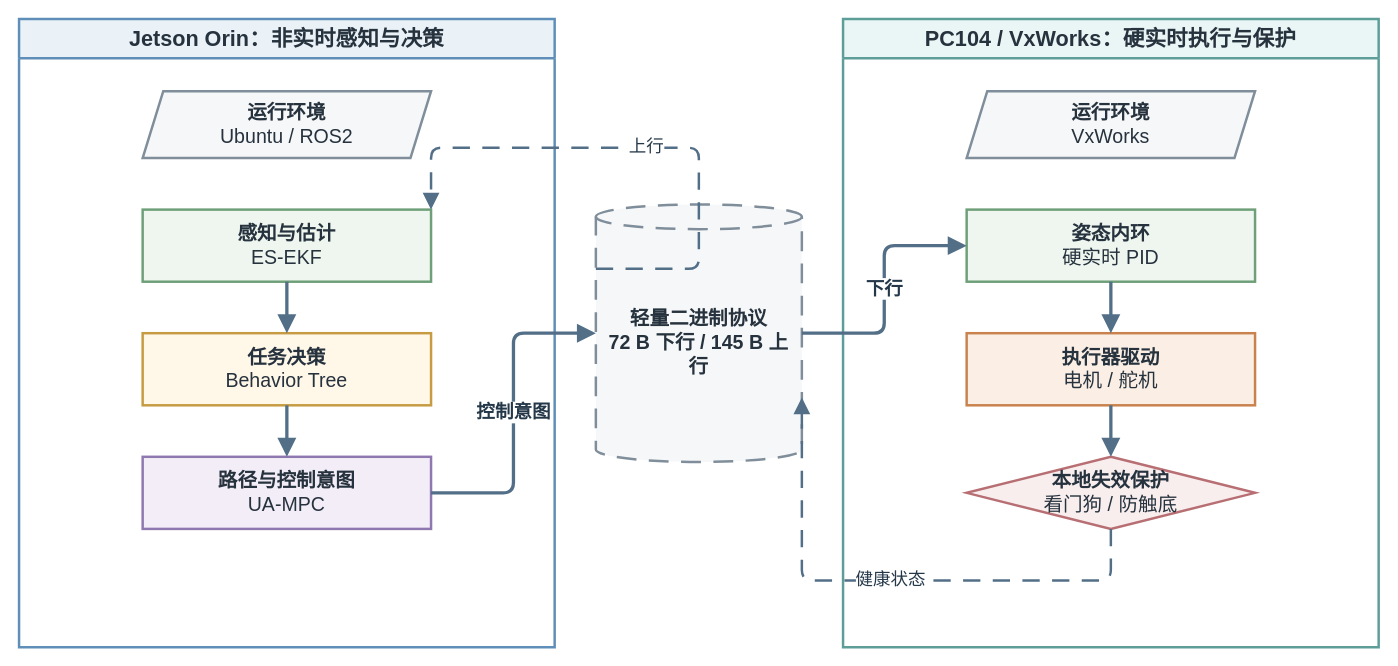
The draw.io diagram thesis/figures/architecture/auv_v2_dual_brain_async_hardware.drawio in 360ZMEM/AUV-Master-Mag, before the edit. Source tidied: cells renumbered, new cells numbered last; positions are measured from the earlier drawing's top-left corner, leaving out a move shared by most shapes. Both pictures are drawn from the tidied source at 103%, with x=0, y=0 at pixel (19, 19).
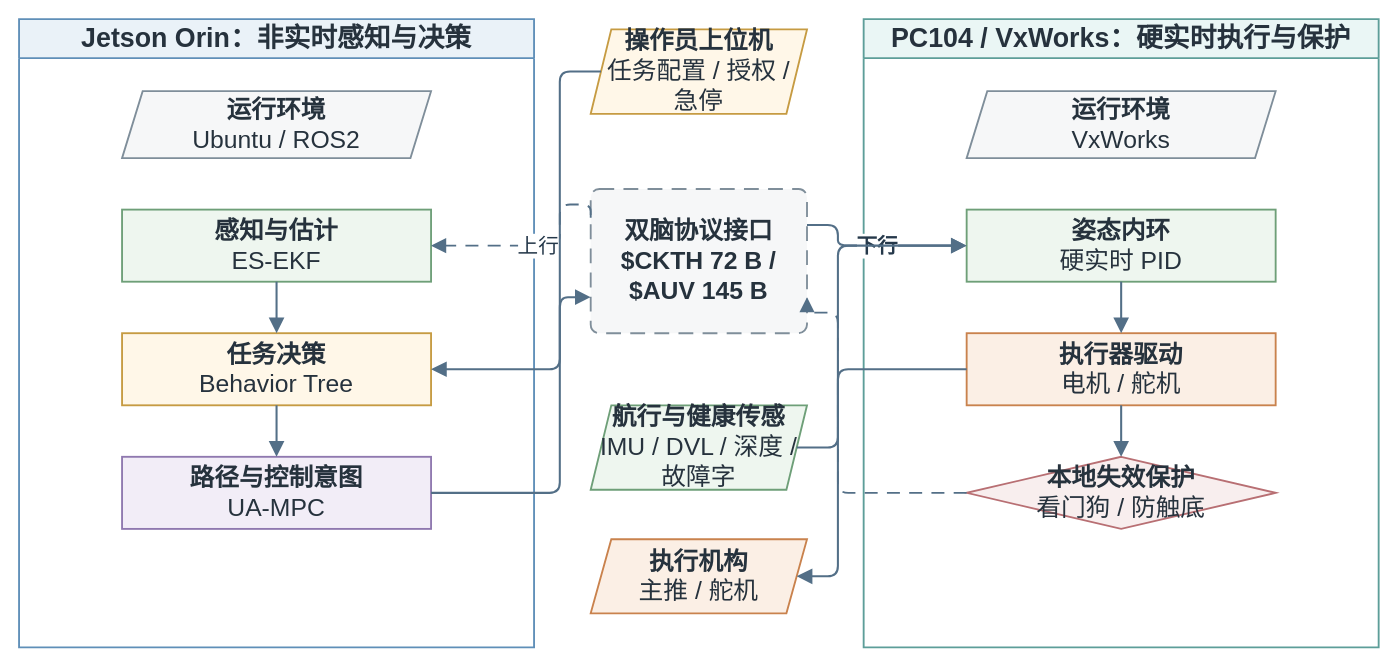
The same page after the edit.

Diff of the diagram source:
```diff
@@
-    <mxCell id="2" value="Jetson Orin：非实时感知与决策" style="swimlane;whiteSpace=wrap;html=1;startSize=38;rounded=0;fillColor=#EAF2F8;strokeColor=#5F8FB8;strokeWidth=2.4;fontFamily=Songti SC;fontSize=21;fontStyle=1;fontColor=#26323D;" parent="1" vertex="1">
-      <mxGeometry width="520" height="610" as="geometry" />
+    <mxCell id="2" value="Jetson Orin：非实时感知与决策" style="swimlane;whiteSpace=wrap;html=1;startSize=38;rounded=0;fillColor=#EAF2F8;strokeColor=#5F8FB8;strokeWidth=1.8;fontFamily=Songti SC;fontSize=26;fontStyle=1;fontColor=#26323D;" parent="1" vertex="1">
+      <mxGeometry width="500" height="610" as="geometry" />
     </mxCell>
-    <mxCell id="3" value="PC104 / VxWorks：硬实时执行与保护" style="swimlane;whiteSpace=wrap;html=1;startSize=38;rounded=0;fillColor=#EAF6F5;strokeColor=#5D9E99;strokeWidth=2.4;fontFamily=Songti SC;fontSize=21;fontStyle=1;fontColor=#26323D;" parent="1" vertex="1">
-      <mxGeometry x="800" width="520" height="610" as="geometry" />
+    <mxCell id="3" value="PC104 / VxWorks：硬实时执行与保护" style="swimlane;whiteSpace=wrap;html=1;startSize=38;rounded=0;fillColor=#EAF6F5;strokeColor=#5D9E99;strokeWidth=1.8;fontFamily=Songti SC;fontSize=26;fontStyle=1;fontColor=#26323D;" parent="1" vertex="1">
+      <mxGeometry x="820" width="500" height="610" as="geometry" />
     </mxCell>
+    <mxCell id="21" value="&lt;b&gt;操作员上位机&lt;/b&gt;&lt;br&gt;任务配置 / 授权 / 急停" style="shape=parallelogram;perimeter=parallelogramPerimeter;fixedSize=1;whiteSpace=wrap;html=1;align=center;verticalAlign=middle;fillColor=#FFF7E8;strokeColor=#C69B42;strokeWidth=1.8;spacing=8;fontFamily=Songti SC;fontSize=24;fontColor=#26323D;" parent="1" vertex="1">
+      <mxGeometry x="555" y="10" width="210" height="82" as="geometry" />
+    </mxCell>
-    <mxCell id="4" value="&lt;b&gt;轻量二进制协议&lt;/b&gt;&lt;br&gt;72 B 下行 / 145 B 上行" style="shape=cylinder3;boundedLbl=1;backgroundOutline=1;size=12;whiteSpace=wrap;html=1;align=center;verticalAlign=middle;fillColor=#F6F7F8;strokeColor=#7F8E9A;strokeWidth=2.4;spacing=8;fontFamily=Songti SC;fontSize=19;fontColor=#26323D;dashed=1;dashPattern=8 5;fontStyle=1;" parent="1" vertex="1">
-      <mxGeometry x="560" y="180" width="200" height="250" as="geometry" />
+    <mxCell id="4" value="&lt;b&gt;双脑协议接口&lt;/b&gt;&lt;br&gt;$CKTH 72 B / $AUV 145 B" style="rounded=1;arcSize=6;whiteSpace=wrap;html=1;align=center;verticalAlign=middle;fillColor=#F6F7F8;strokeColor=#7F8E9A;strokeWidth=1.8;spacing=8;fontFamily=Songti SC;fontSize=24;fontColor=#26323D;dashed=1;dashPattern=8 5;fontStyle=1;" parent="1" vertex="1">
+      <mxGeometry x="555" y="165" width="210" height="140" as="geometry" />
     </mxCell>
+    <mxCell id="22" value="&lt;b&gt;航行与健康传感&lt;/b&gt;&lt;br&gt;IMU / DVL / 深度 / 故障字" style="shape=parallelogram;perimeter=parallelogramPerimeter;fixedSize=1;whiteSpace=wrap;html=1;align=center;verticalAlign=middle;fillColor=#EEF6EF;strokeColor=#6E9F78;strokeWidth=1.8;spacing=8;fontFamily=Songti SC;fontSize=24;fontColor=#26323D;" parent="1" vertex="1">
+      <mxGeometry x="555" y="375" width="210" height="82" as="geometry" />
+    </mxCell>
+    <mxCell id="23" value="&lt;b&gt;执行机构&lt;/b&gt;&lt;br&gt;主推 / 舵机" style="shape=parallelogram;perimeter=parallelogramPerimeter;fixedSize=1;whiteSpace=wrap;html=1;align=center;verticalAlign=middle;fillColor=#FBEFE5;strokeColor=#C9824D;strokeWidth=1.8;spacing=8;fontFamily=Songti SC;fontSize=24;fontColor=#26323D;" parent="1" vertex="1">
+      <mxGeometry x="555" y="505" width="210" height="72" as="geometry" />
+    </mxCell>
-    <mxCell id="5" value="&lt;b&gt;运行环境&lt;/b&gt;&lt;br&gt;Ubuntu / ROS2" style="shape=parallelogram;perimeter=parallelogramPerimeter;fixedSize=1;whiteSpace=wrap;html=1;align=center;verticalAlign=middle;fillColor=#F6F7F8;strokeColor=#7F8E9A;strokeWidth=2.4;spacing=8;fontFamily=Songti SC;fontSize=19;fontColor=#26323D;" parent="2" vertex="1">
-      <mxGeometry x="120" y="70" width="280" height="65" as="geometry" />
+    <mxCell id="5" value="&lt;b&gt;运行环境&lt;/b&gt;&lt;br&gt;Ubuntu / ROS2" style="shape=parallelogram;perimeter=parallelogramPerimeter;fixedSize=1;whiteSpace=wrap;html=1;align=center;verticalAlign=middle;fillColor=#F6F7F8;strokeColor=#7F8E9A;strokeWidth=1.8;spacing=8;fontFamily=Songti SC;fontSize=24;fontColor=#26323D;" parent="2" vertex="1">
+      <mxGeometry x="100" y="70" width="300" height="65" as="geometry" />
     </mxCell>
-    <mxCell id="6" value="&lt;b&gt;感知与估计&lt;/b&gt;&lt;br&gt;ES-EKF" style="rounded=0;whiteSpace=wrap;html=1;align=center;verticalAlign=middle;fillColor=#EEF6EF;strokeColor=#6E9F78;strokeWidth=2.4;spacing=8;fontFamily=Songti SC;fontSize=19;fontColor=#26323D;" parent="2" vertex="1">
-      <mxGeometry x="120" y="185" width="280" height="70" as="geometry" />
+    <mxCell id="6" value="&lt;b&gt;感知与估计&lt;/b&gt;&lt;br&gt;ES-EKF" style="rounded=0;whiteSpace=wrap;html=1;align=center;verticalAlign=middle;fillColor=#EEF6EF;strokeColor=#6E9F78;strokeWidth=1.8;spacing=8;fontFamily=Songti SC;fontSize=24;fontColor=#26323D;" parent="2" vertex="1">
+      <mxGeometry x="100" y="185" width="300" height="70" as="geometry" />
     </mxCell>
-    <mxCell id="7" value="&lt;b&gt;任务决策&lt;/b&gt;&lt;br&gt;Behavior Tree" style="rounded=0;whiteSpace=wrap;html=1;align=center;verticalAlign=middle;fillColor=#FFF7E8;strokeColor=#C69B42;strokeWidth=2.4;spacing=8;fontFamily=Songti SC;fontSize=19;fontColor=#26323D;" parent="2" vertex="1">
-      <mxGeometry x="120" y="305" width="280" height="70" as="geometry" />
+    <mxCell id="7" value="&lt;b&gt;任务决策&lt;/b&gt;&lt;br&gt;Behavior Tree" style="rounded=0;whiteSpace=wrap;html=1;align=center;verticalAlign=middle;fillColor=#FFF7E8;strokeColor=#C69B42;strokeWidth=1.8;spacing=8;fontFamily=Songti SC;fontSize=24;fontColor=#26323D;" parent="2" vertex="1">
+      <mxGeometry x="100" y="305" width="300" height="70" as="geometry" />
     </mxCell>
-    <mxCell id="8" value="&lt;b&gt;路径与控制意图&lt;/b&gt;&lt;br&gt;UA-MPC" style="rounded=0;whiteSpace=wrap;html=1;align=center;verticalAlign=middle;fillColor=#F2EDF7;strokeColor=#8F78AF;strokeWidth=2.4;spacing=8;fontFamily=Songti SC;fontSize=19;fontColor=#26323D;" parent="2" vertex="1">
-      <mxGeometry x="120" y="425" width="280" height="70" as="geometry" />
+    <mxCell id="8" value="&lt;b&gt;路径与控制意图&lt;/b&gt;&lt;br&gt;UA-MPC" style="rounded=0;whiteSpace=wrap;html=1;align=center;verticalAlign=middle;fillColor=#F2EDF7;strokeColor=#8F78AF;strokeWidth=1.8;spacing=8;fontFamily=Songti SC;fontSize=24;fontColor=#26323D;" parent="2" vertex="1">
+      <mxGeometry x="100" y="425" width="300" height="70" as="geometry" />
     </mxCell>
-    <mxCell id="9" value="&lt;b&gt;运行环境&lt;/b&gt;&lt;br&gt;VxWorks" style="shape=parallelogram;perimeter=parallelogramPerimeter;fixedSize=1;whiteSpace=wrap;html=1;align=center;verticalAlign=middle;fillColor=#F6F7F8;strokeColor=#7F8E9A;strokeWidth=2.4;spacing=8;fontFamily=Songti SC;fontSize=19;fontColor=#26323D;" parent="3" vertex="1">
-      <mxGeometry x="120" y="70" width="280" height="65" as="geometry" />
+    <mxCell id="9" value="&lt;b&gt;运行环境&lt;/b&gt;&lt;br&gt;VxWorks" style="shape=parallelogram;perimeter=parallelogramPerimeter;fixedSize=1;whiteSpace=wrap;html=1;align=center;verticalAlign=middle;fillColor=#F6F7F8;strokeColor=#7F8E9A;strokeWidth=1.8;spacing=8;fontFamily=Songti SC;fontSize=24;fontColor=#26323D;" parent="3" vertex="1">
+      <mxGeometry x="100" y="70" width="300" height="65" as="geometry" />
     </mxCell>
-    <mxCell id="10" value="&lt;b&gt;姿态内环&lt;/b&gt;&lt;br&gt;硬实时 PID" style="rounded=0;whiteSpace=wrap;html=1;align=center;verticalAlign=middle;fillColor=#EEF6EF;strokeColor=#6E9F78;strokeWidth=2.4;spacing=8;fontFamily=Songti SC;fontSize=19;fontColor=#26323D;" parent="3" vertex="1">
-      <mxGeometry x="120" y="185" width="280" height="70" as="geometry" />
+    <mxCell id="10" value="&lt;b&gt;姿态内环&lt;/b&gt;&lt;br&gt;硬实时 PID" style="rounded=0;whiteSpace=wrap;html=1;align=center;verticalAlign=middle;fillColor=#EEF6EF;strokeColor=#6E9F78;strokeWidth=1.8;spacing=8;fontFamily=Songti SC;fontSize=24;fontColor=#26323D;" parent="3" vertex="1">
+      <mxGeometry x="100" y="185" width="300" height="70" as="geometry" />
     </mxCell>
-    <mxCell id="11" value="&lt;b&gt;执行器驱动&lt;/b&gt;&lt;br&gt;电机 / 舵机" style="rounded=0;whiteSpace=wrap;html=1;align=center;verticalAlign=middle;fillColor=#FBEFE5;strokeColor=#C9824D;strokeWidth=2.4;spacing=8;fontFamily=Songti SC;fontSize=19;fontColor=#26323D;" parent="3" vertex="1">
-      <mxGeometry x="120" y="305" width="280" height="70" as="geometry" />
+    <mxCell id="11" value="&lt;b&gt;执行器驱动&lt;/b&gt;&lt;br&gt;电机 / 舵机" style="rounded=0;whiteSpace=wrap;html=1;align=center;verticalAlign=middle;fillColor=#FBEFE5;strokeColor=#C9824D;strokeWidth=1.8;spacing=8;fontFamily=Songti SC;fontSize=24;fontColor=#26323D;" parent="3" vertex="1">
+      <mxGeometry x="100" y="305" width="300" height="70" as="geometry" />
     </mxCell>
-    <mxCell id="12" value="&lt;b&gt;本地失效保护&lt;/b&gt;&lt;br&gt;看门狗 / 防触底" style="rhombus;whiteSpace=wrap;html=1;align=center;verticalAlign=middle;fillColor=#F8EEEE;strokeColor=#B86F73;strokeWidth=2.4;spacing=8;fontFamily=Songti SC;fontSize=19;fontColor=#26323D;" parent="3" vertex="1">
-      <mxGeometry x="120" y="425" width="280" height="70" as="geometry" />
+    <mxCell id="12" value="&lt;b&gt;本地失效保护&lt;/b&gt;&lt;br&gt;看门狗 / 防触底" style="rhombus;whiteSpace=wrap;html=1;align=center;verticalAlign=middle;fillColor=#F8EEEE;strokeColor=#B86F73;strokeWidth=1.8;spacing=8;fontFamily=Songti SC;fontSize=24;fontColor=#26323D;" parent="3" vertex="1">
+      <mxGeometry x="100" y="425" width="300" height="70" as="geometry" />
     </mxCell>
-    <mxCell id="13" style="edgeStyle=orthogonalEdgeStyle;rounded=1;jettySize=auto;html=1;strokeColor=#536F87;strokeWidth=3.2;fontFamily=Songti SC;fontSize=18;fontStyle=1;fontColor=#25384A;labelBackgroundColor=#FFFFFF;labelBorderColor=none;endArrow=block;endFill=1;endSize=10;exitX=0.5;exitY=1;entryX=0.5;entryY=0;" parent="1" edge="1" source="6" target="7">
+    <mxCell id="13" style="edgeStyle=orthogonalEdgeStyle;rounded=1;jettySize=auto;html=1;strokeColor=#536F87;strokeWidth=2.0;fontFamily=Songti SC;fontSize=20;fontStyle=1;fontColor=#25384A;labelBackgroundColor=#FFFFFF;labelBorderColor=none;endArrow=block;endFill=1;endSize=10;exitX=0.5;exitY=1;entryX=0.5;entryY=0;" parent="1" edge="1" source="6" target="7">
       <mxGeometry relative="1" as="geometry" />
     </mxCell>
-    <mxCell id="14" style="edgeStyle=orthogonalEdgeStyle;rounded=1;jettySize=auto;html=1;strokeColor=#536F87;strokeWidth=3.2;fontFamily=Songti SC;fontSize=18;fontStyle=1;fontColor=#25384A;labelBackgroundColor=#FFFFFF;labelBorderColor=none;endArrow=block;endFill=1;endSize=10;exitX=0.5;exitY=1;entryX=0.5;entryY=0;" parent="1" edge="1" source="7" target="8">
+    <mxCell id="14" style="edgeStyle=orthogonalEdgeStyle;rounded=1;jettySize=auto;html=1;strokeColor=#536F87;strokeWidth=2.0;fontFamily=Songti SC;fontSize=20;fontStyle=1;fontColor=#25384A;labelBackgroundColor=#FFFFFF;labelBorderColor=none;endArrow=block;endFill=1;endSize=10;exitX=0.5;exitY=1;entryX=0.5;entryY=0;" parent="1" edge="1" source="7" target="8">
       <mxGeometry relative="1" as="geometry" />
     </mxCell>
-    <mxCell id="15" style="edgeStyle=orthogonalEdgeStyle;rounded=1;jettySize=auto;html=1;strokeColor=#536F87;strokeWidth=3.2;fontFamily=Songti SC;fontSize=18;fontStyle=1;fontColor=#25384A;labelBackgroundColor=#FFFFFF;labelBorderColor=none;endArrow=block;endFill=1;endSize=10;exitX=0.5;exitY=1;entryX=0.5;entryY=0;" parent="1" edge="1" source="10" target="11">
+    <mxCell id="15" style="edgeStyle=orthogonalEdgeStyle;rounded=1;jettySize=auto;html=1;strokeColor=#536F87;strokeWidth=2.0;fontFamily=Songti SC;fontSize=20;fontStyle=1;fontColor=#25384A;labelBackgroundColor=#FFFFFF;labelBorderColor=none;endArrow=block;endFill=1;endSize=10;exitX=0.5;exitY=1;entryX=0.5;entryY=0;" parent="1" edge="1" source="10" target="11">
       <mxGeometry relative="1" as="geometry" />
     </mxCell>
-    <mxCell id="16" style="edgeStyle=orthogonalEdgeStyle;rounded=1;jettySize=auto;html=1;strokeColor=#536F87;strokeWidth=3.2;fontFamily=Songti SC;fontSize=18;fontStyle=1;fontColor=#25384A;labelBackgroundColor=#FFFFFF;labelBorderColor=none;endArrow=block;endFill=1;endSize=10;exitX=0.5;exitY=1;entryX=0.5;entryY=0;" parent="1" edge="1" source="11" target="12">
+    <mxCell id="16" style="edgeStyle=orthogonalEdgeStyle;rounded=1;jettySize=auto;html=1;strokeColor=#536F87;strokeWidth=2.0;fontFamily=Songti SC;fontSize=20;fontStyle=1;fontColor=#25384A;labelBackgroundColor=#FFFFFF;labelBorderColor=none;endArrow=block;endFill=1;endSize=10;exitX=0.5;exitY=1;entryX=0.5;entryY=0;" parent="1" edge="1" source="11" target="12">
       <mxGeometry relative="1" as="geometry" />
     </mxCell>
-    <mxCell id="17" value="控制意图" style="edgeStyle=orthogonalEdgeStyle;rounded=1;jettySize=auto;html=1;strokeColor=#536F87;strokeWidth=3.2;fontFamily=Songti SC;fontSize=18;fontStyle=1;fontColor=#25384A;labelBackgroundColor=#FFFFFF;labelBorderColor=none;endArrow=block;endFill=1;endSize=10;exitX=1;entryX=0;" parent="1" edge="1" source="8" target="4">
-      <mxGeometry relative="1" as="geometry" />
+    <mxCell id="17" style="edgeStyle=orthogonalEdgeStyle;rounded=1;jettySize=auto;html=1;strokeColor=#536F87;strokeWidth=2.0;fontFamily=Songti SC;fontSize=20;fontStyle=1;fontColor=#25384A;labelBackgroundColor=#FFFFFF;labelBorderColor=none;endArrow=block;endFill=1;endSize=10;exitX=1;entryX=0;entryY=0.75;" parent="1" edge="1" source="8" target="4">
+      <mxGeometry relative="1" as="geometry">
+        <Array as="points">
+          <mxPoint x="525" y="460" />
+          <mxPoint x="525" y="270" />
+        </Array>
+      </mxGeometry>
     </mxCell>
-    <mxCell id="18" value="下行" style="edgeStyle=orthogonalEdgeStyle;rounded=1;jettySize=auto;html=1;strokeColor=#536F87;strokeWidth=3.2;fontFamily=Songti SC;fontSize=18;fontStyle=1;fontColor=#25384A;labelBackgroundColor=#FFFFFF;labelBorderColor=none;endArrow=block;endFill=1;endSize=10;exitX=1;entryX=0;" parent="1" edge="1" source="4" target="10">
-      <mxGeometry relative="1" as="geometry" />
+    <mxCell id="18" value="下行" style="edgeStyle=orthogonalEdgeStyle;rounded=1;jettySize=auto;html=1;strokeColor=#536F87;strokeWidth=2.0;fontFamily=Songti SC;fontSize=20;fontStyle=1;fontColor=#25384A;labelBackgroundColor=#FFFFFF;labelBorderColor=none;endArrow=block;endFill=1;endSize=10;exitX=1;exitY=0.25;entryX=0;" parent="1" edge="1" source="4" target="10">
+      <mxGeometry relative="1" as="geometry">
+        <Array as="points">
+          <mxPoint x="795" y="200" />
+        </Array>
+      </mxGeometry>
     </mxCell>
-    <mxCell id="19" value="健康状态" style="edgeStyle=orthogonalEdgeStyle;rounded=1;jettySize=auto;html=1;strokeColor=#536F87;strokeWidth=2.4;fontFamily=Songti SC;fontSize=17;fontColor=#25384A;labelBackgroundColor=#FFFFFF;labelBorderColor=none;endArrow=block;endFill=1;endSize=10;dashed=1;dashPattern=7 5;exitX=0;entryX=1;entryY=0.75;" parent="1" edge="1" source="12" target="4">
+    <mxCell id="19" style="edgeStyle=orthogonalEdgeStyle;rounded=1;jettySize=auto;html=1;strokeColor=#536F87;strokeWidth=1.8;fontFamily=Songti SC;fontSize=20;fontColor=#25384A;labelBackgroundColor=#FFFFFF;labelBorderColor=none;endArrow=block;endFill=1;endSize=10;dashed=1;dashPattern=7 5;exitX=0;entryX=1;entryY=0.75;" parent="1" edge="1" source="12" target="4">
       <mxGeometry relative="1" as="geometry">
         <Array as="points">
-          <mxPoint x="900" y="545" />
-          <mxPoint x="660" y="545" />
+          <mxPoint x="795" y="460" />
+          <mxPoint x="795" y="285" />
         </Array>
       </mxGeometry>
     </mxCell>
-    <mxCell id="20" value="上行" style="edgeStyle=orthogonalEdgeStyle;rounded=1;jettySize=auto;html=1;strokeColor=#536F87;strokeWidth=2.4;fontFamily=Songti SC;fontSize=17;fontColor=#25384A;labelBackgroundColor=#FFFFFF;labelBorderColor=none;endArrow=block;endFill=1;endSize=10;dashed=1;dashPattern=7 5;exitX=0;exitY=0.25;entryX=1;" parent="1" edge="1" source="4" target="6">
+    <mxCell id="20" value="上行" style="edgeStyle=orthogonalEdgeStyle;rounded=1;jettySize=auto;html=1;strokeColor=#536F87;strokeWidth=1.8;fontFamily=Songti SC;fontSize=20;fontColor=#25384A;labelBackgroundColor=#FFFFFF;labelBorderColor=none;endArrow=block;endFill=1;endSize=10;dashed=1;dashPattern=7 5;exitX=0;exitY=0.2;entryX=1;" parent="1" edge="1" source="4" target="6">
       <mxGeometry relative="1" as="geometry">
         <Array as="points">
-          <mxPoint x="660" y="125" />
-          <mxPoint x="400" y="125" />
+          <mxPoint x="525" y="180" />
         </Array>
       </mxGeometry>
     </mxCell>
+    <mxCell id="24" style="edgeStyle=orthogonalEdgeStyle;rounded=1;jettySize=auto;html=1;strokeColor=#536F87;strokeWidth=2.0;fontFamily=Songti SC;fontSize=20;fontStyle=1;fontColor=#25384A;labelBackgroundColor=#FFFFFF;labelBorderColor=none;endArrow=block;endFill=1;endSize=10;exitX=0;entryX=1;" parent="1" edge="1" source="21" target="7">
+      <mxGeometry relative="1" as="geometry">
+        <Array as="points">
+          <mxPoint x="525" y="51" />
+          <mxPoint x="525" y="340" />
+        </Array>
+      </mxGeometry>
+    </mxCell>
+    <mxCell id="25" style="edgeStyle=orthogonalEdgeStyle;rounded=1;jettySize=auto;html=1;strokeColor=#536F87;strokeWidth=2.0;fontFamily=Songti SC;fontSize=20;fontStyle=1;fontColor=#25384A;labelBackgroundColor=#FFFFFF;labelBorderColor=none;endArrow=block;endFill=1;endSize=10;exitX=1;entryX=0;" parent="1" edge="1" source="22" target="10">
+      <mxGeometry relative="1" as="geometry">
+        <Array as="points">
+          <mxPoint x="795" y="416" />
+          <mxPoint x="795" y="220" />
+        </Array>
+      </mxGeometry>
+    </mxCell>
+    <mxCell id="26" style="edgeStyle=orthogonalEdgeStyle;rounded=1;jettySize=auto;html=1;strokeColor=#536F87;strokeWidth=2.0;fontFamily=Songti SC;fontSize=20;fontStyle=1;fontColor=#25384A;labelBackgroundColor=#FFFFFF;labelBorderColor=none;endArrow=block;endFill=1;endSize=10;exitX=0;entryX=1;" parent="1" edge="1" source="11" target="23">
+      <mxGeometry relative="1" as="geometry">
+        <Array as="points">
+          <mxPoint x="795" y="340" />
+          <mxPoint x="795" y="541" />
+        </Array>
+      </mxGeometry>
+    </mxCell>
```
